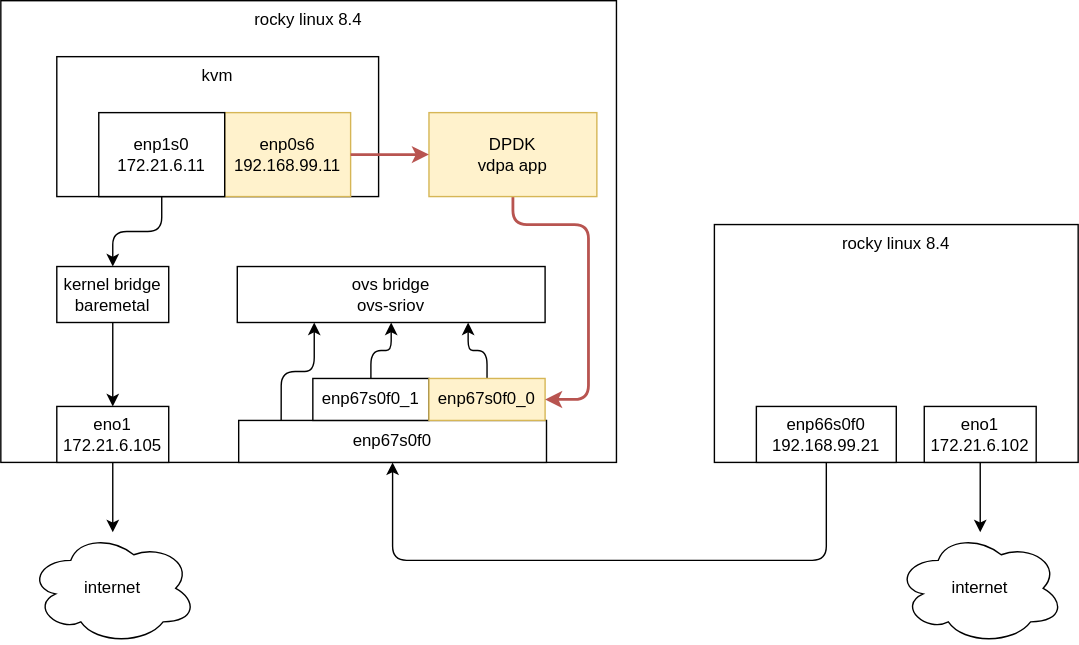
wangzheng422/docker_env keeps this draw.io diagram as redhat/notes/2021/dia/2021.ovs.kernel.vdpa.drawio.svg. Above is the earlier version. Source tidied: cells renumbered, new cells last; positions are measured from the earlier drawing's top-left corner, leaving out a move shared by most shapes.
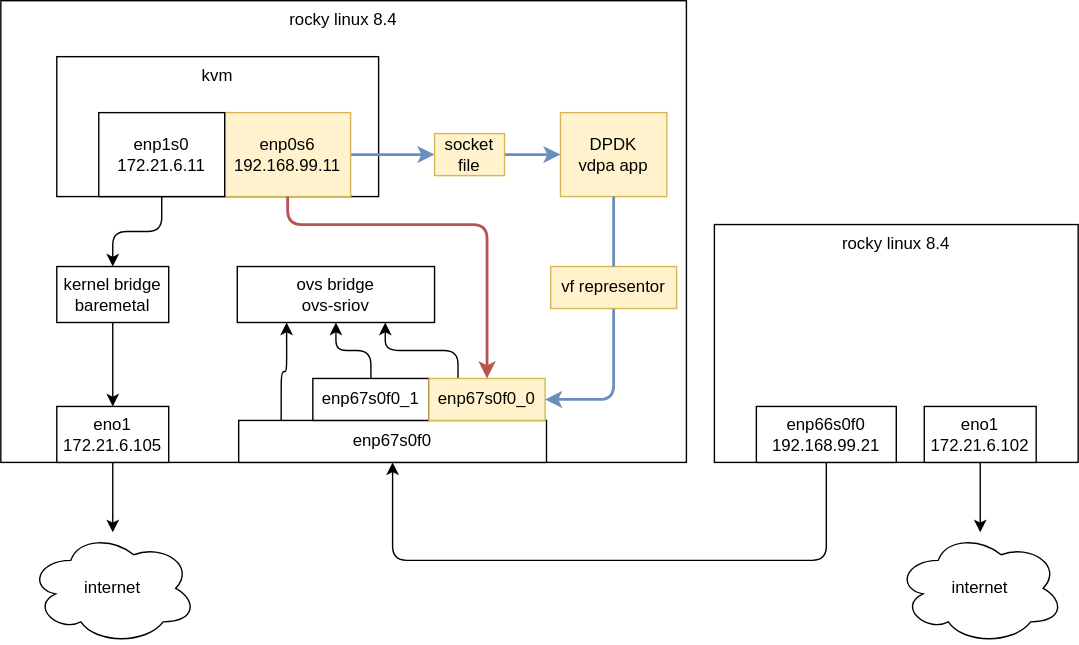
After the change.

Commit message:
vdpa offload

Diff of the diagram source:
```diff
@@ -6,7 +6,7 @@
       <mxGeometry x="510" y="160" width="260" height="170" as="geometry" />
     </mxCell>
     <mxCell id="3" value="rocky linux 8.4" style="rounded=0;whiteSpace=wrap;html=1;verticalAlign=top;" parent="1" vertex="1">
-      <mxGeometry width="440" height="330" as="geometry" />
+      <mxGeometry width="490" height="330" as="geometry" />
     </mxCell>
     <mxCell id="4" value="Untitled Layer" parent="0" />
     <mxCell id="5" style="edgeStyle=orthogonalEdgeStyle;html=1;entryX=0.25;entryY=1;entryDx=0;entryDy=0;exitX=0.138;exitY=0.006;exitDx=0;exitDy=0;exitPerimeter=0;" parent="4" edge="1" source="6" target="15">
@@ -33,30 +33,31 @@
     <mxCell id="12" value="enp67s0f0_1" style="rounded=0;whiteSpace=wrap;html=1;verticalAlign=middle;" parent="4" vertex="1">
       <mxGeometry x="223" y="270" width="83" height="30" as="geometry" />
     </mxCell>
-    <mxCell id="13" style="edgeStyle=orthogonalEdgeStyle;html=1;entryX=0.75;entryY=1;entryDx=0;entryDy=0;" parent="4" edge="1" source="14" target="15">
+    <mxCell id="13" style="edgeStyle=orthogonalEdgeStyle;html=1;entryX=0.75;entryY=1;entryDx=0;entryDy=0;exitX=0.25;exitY=0;exitDx=0;exitDy=0;" parent="4" edge="1" source="14" target="15">
       <mxGeometry relative="1" as="geometry" />
     </mxCell>
     <mxCell id="14" value="enp67s0f0_0" style="rounded=0;whiteSpace=wrap;html=1;verticalAlign=middle;fillColor=#fff2cc;strokeColor=#d6b656;" parent="4" vertex="1">
       <mxGeometry x="306" y="270" width="83" height="30" as="geometry" />
     </mxCell>
     <mxCell id="15" value="ovs bridge&lt;br&gt;ovs-sriov" style="rounded=0;whiteSpace=wrap;html=1;verticalAlign=middle;" parent="4" vertex="1">
-      <mxGeometry x="169" y="190" width="220" height="40" as="geometry" />
+      <mxGeometry x="169" y="190" width="141" height="40" as="geometry" />
     </mxCell>
-    <mxCell id="16" style="edgeStyle=orthogonalEdgeStyle;html=1;entryX=1;entryY=0.5;entryDx=0;entryDy=0;fillColor=#f8cecc;strokeColor=#b85450;strokeWidth=2;" parent="4" edge="1" source="17" target="14">
+    <mxCell id="16" style="edgeStyle=orthogonalEdgeStyle;html=1;entryX=1;entryY=0.5;entryDx=0;entryDy=0;fillColor=#dae8fc;strokeColor=#6c8ebf;strokeWidth=2;exitX=0.5;exitY=1;exitDx=0;exitDy=0;startArrow=none;" parent="4" edge="1" source="32" target="14">
       <mxGeometry relative="1" as="geometry">
         <Array as="points">
-          <mxPoint x="366" y="160" />
-          <mxPoint x="420" y="160" />
-          <mxPoint x="420" y="285" />
+          <mxPoint x="438" y="285" />
         </Array>
       </mxGeometry>
     </mxCell>
     <mxCell id="17" value="DPDK&lt;br&gt;vdpa app" style="rounded=0;whiteSpace=wrap;html=1;verticalAlign=middle;fillColor=#fff2cc;strokeColor=#d6b656;" parent="4" vertex="1">
-      <mxGeometry x="306" y="80" width="120" height="60" as="geometry" />
+      <mxGeometry x="400" y="80" width="76" height="60" as="geometry" />
     </mxCell>
     <mxCell id="18" value="kvm" style="rounded=0;whiteSpace=wrap;html=1;verticalAlign=top;" parent="4" vertex="1">
       <mxGeometry x="40" y="40" width="230" height="100" as="geometry" />
     </mxCell>
+    <mxCell id="29" style="edgeStyle=orthogonalEdgeStyle;html=1;fillColor=#dae8fc;strokeColor=#6c8ebf;strokeWidth=2;" parent="4" edge="1" source="19" target="31">
+      <mxGeometry relative="1" as="geometry" />
+    </mxCell>
     <mxCell id="19" value="enp0s6&lt;br&gt;192.168.99.11" style="rounded=0;whiteSpace=wrap;html=1;fillColor=#fff2cc;strokeColor=#d6b656;" parent="4" vertex="1">
       <mxGeometry x="160" y="80" width="90" height="60" as="geometry" />
     </mxCell>
@@ -66,8 +67,13 @@
     <mxCell id="21" value="enp1s0&lt;br&gt;172.21.6.11" style="rounded=0;whiteSpace=wrap;html=1;" parent="4" vertex="1">
       <mxGeometry x="70" y="80" width="90" height="60" as="geometry" />
     </mxCell>
-    <mxCell id="22" style="edgeStyle=none;html=1;exitX=1;exitY=0.5;exitDx=0;exitDy=0;entryX=0;entryY=0.5;entryDx=0;entryDy=0;fillColor=#f8cecc;strokeColor=#b85450;strokeWidth=2;" parent="4" edge="1" source="19" target="17">
-      <mxGeometry relative="1" as="geometry" />
+    <mxCell id="22" style="edgeStyle=orthogonalEdgeStyle;html=1;exitX=0.5;exitY=1;exitDx=0;exitDy=0;entryX=0.5;entryY=0;entryDx=0;entryDy=0;fillColor=#f8cecc;strokeColor=#b85450;strokeWidth=2;" parent="4" edge="1" source="19" target="14">
+      <mxGeometry relative="1" as="geometry">
+        <Array as="points">
+          <mxPoint x="205" y="160" />
+          <mxPoint x="348" y="160" />
+        </Array>
+      </mxGeometry>
     </mxCell>
     <mxCell id="23" value="enp66s0f0&lt;br&gt;192.168.99.21" style="rounded=0;whiteSpace=wrap;html=1;verticalAlign=middle;" parent="4" vertex="1">
       <mxGeometry x="540" y="290" width="100" height="40" as="geometry" />
@@ -92,5 +98,17 @@
     <mxCell id="28" value="internet" style="ellipse;shape=cloud;whiteSpace=wrap;html=1;verticalAlign=middle;" parent="4" vertex="1">
       <mxGeometry x="640" y="380" width="120" height="80" as="geometry" />
     </mxCell>
+    <mxCell id="30" style="edgeStyle=orthogonalEdgeStyle;html=1;entryX=0;entryY=0.5;entryDx=0;entryDy=0;strokeWidth=2;fillColor=#dae8fc;strokeColor=#6c8ebf;" parent="4" edge="1" source="31" target="17">
+      <mxGeometry relative="1" as="geometry" />
+    </mxCell>
+    <mxCell id="31" value="socket file" style="rounded=0;whiteSpace=wrap;html=1;verticalAlign=middle;fillColor=#fff2cc;strokeColor=#d6b656;" parent="4" vertex="1">
+      <mxGeometry x="310" y="95" width="50" height="30" as="geometry" />
+    </mxCell>
+    <mxCell id="32" value="vf representor" style="rounded=0;whiteSpace=wrap;html=1;verticalAlign=middle;fillColor=#fff2cc;strokeColor=#d6b656;" parent="4" vertex="1">
+      <mxGeometry x="393" y="190" width="90" height="30" as="geometry" />
+    </mxCell>
+    <mxCell id="33" style="edgeStyle=orthogonalEdgeStyle;html=1;entryX=0.5;entryY=0;entryDx=0;entryDy=0;fillColor=#dae8fc;strokeColor=#6c8ebf;strokeWidth=2;exitX=0.5;exitY=1;exitDx=0;exitDy=0;endArrow=none;" parent="4" edge="1" source="17" target="32">
+      <mxGeometry relative="1" as="geometry" />
+    </mxCell>
   </root>
 </mxGraphModel>
```
